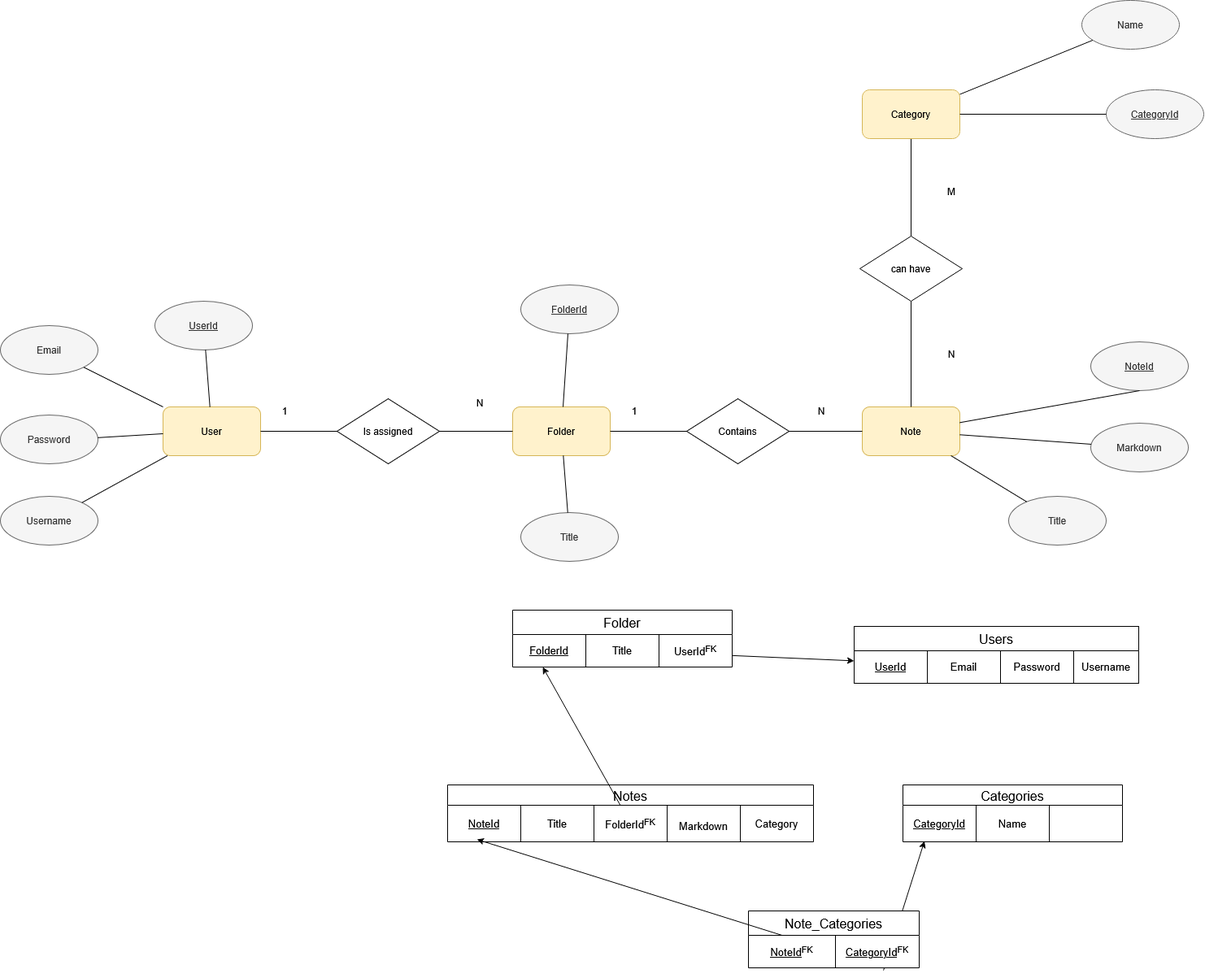
This is ER Progetto fine anno.drawio.png from Orcinus3/informatica_2025-2026, a draw.io export, as it was before one commit. Source tidied: cells renumbered, new cells last; positions are measured from the earlier drawing's top-left corner, leaving out a move shared by most shapes.
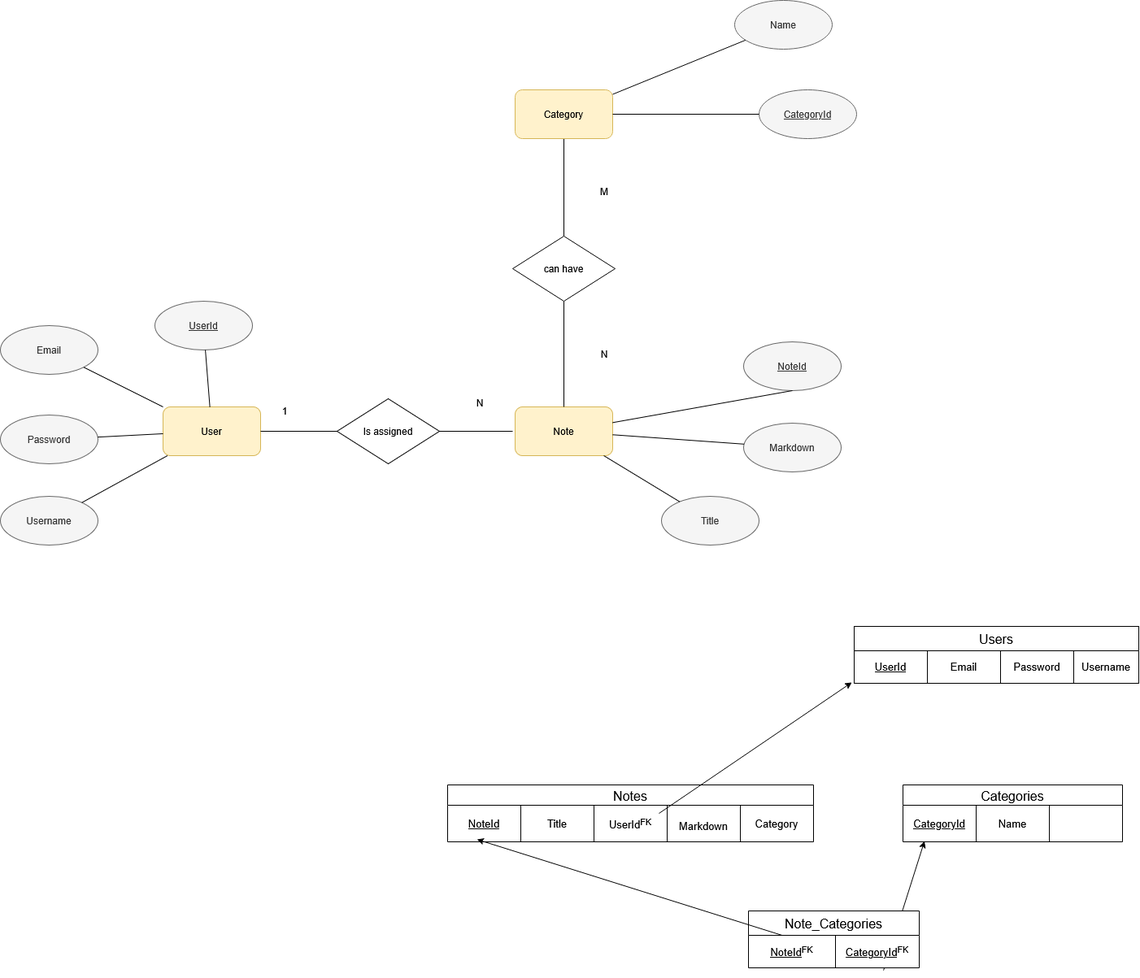
After the change.

The edit, as a diff of the source:
```diff
@@ -8,14 +8,13 @@
     <mxCell id="3" value="Is assigned" style="rhombus;whiteSpace=wrap;html=1;" parent="1" vertex="1">
       <mxGeometry x="414" y="490" width="126" height="80" as="geometry" />
     </mxCell>
-    <mxCell id="4" value="Folder" style="rounded=1;whiteSpace=wrap;html=1;fillColor=#fff2cc;strokeColor=#d6b656;" parent="1" vertex="1">
-      <mxGeometry x="630" y="500" width="120" height="60" as="geometry" />
-    </mxCell>
     <mxCell id="5" style="endArrow=none;html=1;rounded=0;exitX=1;exitY=0.5;exitDx=0;exitDy=0;entryX=0;entryY=0.5;entryDx=0;entryDy=0;" parent="1" edge="1" source="2" target="3">
       <mxGeometry relative="1" as="geometry" />
     </mxCell>
-    <mxCell id="6" style="endArrow=none;html=1;rounded=0;exitX=1;exitY=0.5;exitDx=0;exitDy=0;entryX=0;entryY=0.5;entryDx=0;entryDy=0;" parent="1" edge="1" source="3" target="4">
-      <mxGeometry relative="1" as="geometry" />
+    <mxCell id="6" style="endArrow=none;html=1;rounded=0;exitX=1;exitY=0.5;exitDx=0;exitDy=0;entryX=0;entryY=0.5;entryDx=0;entryDy=0;" parent="1" edge="1" source="3">
+      <mxGeometry relative="1" as="geometry">
+        <mxPoint x="630" y="530" as="targetPoint" />
+      </mxGeometry>
     </mxCell>
     <mxCell id="7" value="1" style="text;html=1;whiteSpace=wrap;strokeColor=none;fillColor=none;align=center;verticalAlign=middle;rounded=0;" parent="1" vertex="1">
       <mxGeometry x="320" y="490" width="60" height="30" as="geometry" />
@@ -29,9 +28,6 @@
     <mxCell id="10" style="endArrow=none;html=1;rounded=0;" parent="1" edge="1" source="2" target="9">
       <mxGeometry relative="1" as="geometry" />
     </mxCell>
-    <mxCell id="11" value="&lt;u&gt;FolderId&lt;/u&gt;" style="ellipse;whiteSpace=wrap;html=1;fillColor=#f5f5f5;strokeColor=#666666;fontColor=#333333;" parent="1" vertex="1">
-      <mxGeometry x="640" y="350" width="120" height="60" as="geometry" />
-    </mxCell>
     <mxCell id="12" value="Email" style="ellipse;whiteSpace=wrap;html=1;fillColor=#f5f5f5;strokeColor=#666666;fontColor=#333333;" parent="1" vertex="1">
       <mxGeometry y="400" width="120" height="60" as="geometry" />
     </mxCell>
@@ -41,9 +37,6 @@
     <mxCell id="14" value="Username" style="ellipse;whiteSpace=wrap;html=1;fillColor=#f5f5f5;strokeColor=#666666;fontColor=#333333;" parent="1" vertex="1">
       <mxGeometry y="610" width="120" height="60" as="geometry" />
     </mxCell>
-    <mxCell id="15" value="Title" style="ellipse;whiteSpace=wrap;html=1;fillColor=#f5f5f5;strokeColor=#666666;fontColor=#333333;" parent="1" vertex="1">
-      <mxGeometry x="640" y="630" width="120" height="60" as="geometry" />
-    </mxCell>
     <mxCell id="16" style="endArrow=none;html=1;rounded=0;" parent="1" edge="1" source="2" target="12">
       <mxGeometry relative="1" as="geometry" />
     </mxCell>
@@ -53,23 +46,17 @@
     <mxCell id="18" style="endArrow=none;html=1;rounded=0;" parent="1" edge="1" source="14" target="2">
       <mxGeometry relative="1" as="geometry" />
     </mxCell>
-    <mxCell id="19" style="endArrow=none;html=1;rounded=0;" parent="1" edge="1" source="4" target="11">
-      <mxGeometry relative="1" as="geometry" />
-    </mxCell>
-    <mxCell id="20" style="endArrow=none;html=1;rounded=0;" parent="1" edge="1" source="15" target="4">
-      <mxGeometry relative="1" as="geometry" />
-    </mxCell>
     <mxCell id="21" value="Note" style="rounded=1;whiteSpace=wrap;html=1;fillColor=#fff2cc;strokeColor=#d6b656;" parent="1" vertex="1">
-      <mxGeometry x="1060" y="500" width="120" height="60" as="geometry" />
+      <mxGeometry x="633" y="500" width="120" height="60" as="geometry" />
     </mxCell>
     <mxCell id="22" value="&lt;u&gt;NoteId&lt;/u&gt;" style="ellipse;whiteSpace=wrap;html=1;fillColor=#f5f5f5;strokeColor=#666666;fontColor=#333333;" parent="1" vertex="1">
-      <mxGeometry x="1341" y="420" width="120" height="60" as="geometry" />
+      <mxGeometry x="914" y="420" width="120" height="60" as="geometry" />
     </mxCell>
     <mxCell id="23" value="Title" style="ellipse;whiteSpace=wrap;html=1;fillColor=#f5f5f5;strokeColor=#666666;fontColor=#333333;" parent="1" vertex="1">
-      <mxGeometry x="1240" y="610" width="120" height="60" as="geometry" />
+      <mxGeometry x="813" y="610" width="120" height="60" as="geometry" />
     </mxCell>
     <mxCell id="24" value="Markdown" style="ellipse;whiteSpace=wrap;html=1;fillColor=#f5f5f5;strokeColor=#666666;fontColor=#333333;" parent="1" vertex="1">
-      <mxGeometry x="1341" y="520" width="120" height="60" as="geometry" />
+      <mxGeometry x="914" y="520" width="120" height="60" as="geometry" />
     </mxCell>
     <mxCell id="25" style="endArrow=none;html=1;rounded=0;entryX=0.5;entryY=1;entryDx=0;entryDy=0;" parent="1" edge="1" source="21" target="22">
       <mxGeometry relative="1" as="geometry" />
@@ -77,21 +64,6 @@
     <mxCell id="26" style="endArrow=none;html=1;rounded=0;" parent="1" edge="1" source="23" target="21">
       <mxGeometry relative="1" as="geometry" />
     </mxCell>
-    <mxCell id="27" value="Contains" style="rhombus;whiteSpace=wrap;html=1;" parent="1" vertex="1">
-      <mxGeometry x="844" y="490" width="126" height="80" as="geometry" />
-    </mxCell>
-    <mxCell id="28" style="endArrow=none;html=1;rounded=0;entryX=0;entryY=0.5;entryDx=0;entryDy=0;exitX=1;exitY=0.5;exitDx=0;exitDy=0;" parent="1" edge="1" source="4" target="27">
-      <mxGeometry relative="1" as="geometry" />
-    </mxCell>
-    <mxCell id="29" style="endArrow=none;html=1;rounded=0;exitX=1;exitY=0.5;exitDx=0;exitDy=0;entryX=0;entryY=0.5;entryDx=0;entryDy=0;" parent="1" edge="1" source="27" target="21">
-      <mxGeometry relative="1" as="geometry" />
-    </mxCell>
-    <mxCell id="30" value="1" style="text;html=1;whiteSpace=wrap;strokeColor=none;fillColor=none;align=center;verticalAlign=middle;rounded=0;" parent="1" vertex="1">
-      <mxGeometry x="750" y="490" width="60" height="30" as="geometry" />
-    </mxCell>
-    <mxCell id="31" value="N" style="text;html=1;whiteSpace=wrap;strokeColor=none;fillColor=none;align=center;verticalAlign=middle;rounded=0;" parent="1" vertex="1">
-      <mxGeometry x="980" y="490" width="60" height="30" as="geometry" />
-    </mxCell>
     <mxCell id="32" style="endArrow=none;html=1;rounded=0;" parent="1" edge="1" source="24" target="21">
       <mxGeometry relative="1" as="geometry" />
     </mxCell>
@@ -113,24 +85,6 @@
     <mxCell id="38" value="Username" style="shape=partialRectangle;html=1;whiteSpace=wrap;strokeColor=inherit;overflow=hidden;fillColor=none;top=0;left=0;bottom=0;right=0;fontSize=13;" parent="34" vertex="1">
       <mxGeometry x="270" width="80" height="40" as="geometry" />
     </mxCell>
-    <mxCell id="39" value="Folder" style="shape=table;startSize=30;strokeColor=default;fontSize=16;align=center;shadow=0;swimlaneFillColor=default;" parent="1" vertex="1">
-      <mxGeometry x="630" y="750" width="270" height="70" as="geometry" />
-    </mxCell>
-    <mxCell id="40" style="shape=tableRow;horizontal=0;startSize=0;swimlaneHead=0;swimlaneBody=0;strokeColor=inherit;top=0;left=0;bottom=0;right=0;fillColor=none;points=[[0,0.5],[1,0.5]];portConstraint=eastwest;fontSize=13;swimlaneFillColor=default;" parent="39" vertex="1">
-      <mxGeometry y="30" width="270" height="40" as="geometry" />
-    </mxCell>
-    <mxCell id="41" value="&lt;u&gt;FolderId&lt;/u&gt;" style="shape=partialRectangle;html=1;whiteSpace=wrap;strokeColor=inherit;overflow=hidden;fillColor=none;top=0;left=0;bottom=0;right=0;fontSize=13;swimlaneFillColor=default;" parent="40" vertex="1">
-      <mxGeometry width="90" height="40" as="geometry" />
-    </mxCell>
-    <mxCell id="42" value="Title" style="shape=partialRectangle;html=1;whiteSpace=wrap;strokeColor=inherit;overflow=hidden;fillColor=none;top=0;left=0;bottom=0;right=0;fontSize=13;swimlaneFillColor=default;" parent="40" vertex="1">
-      <mxGeometry x="90" width="90" height="40" as="geometry" />
-    </mxCell>
-    <mxCell id="43" value="UserId&lt;sup&gt;FK&lt;/sup&gt;" style="shape=partialRectangle;html=1;whiteSpace=wrap;strokeColor=inherit;overflow=hidden;fillColor=none;top=0;left=0;bottom=0;right=0;fontSize=13;swimlaneFillColor=default;" parent="40" vertex="1">
-      <mxGeometry x="180" width="90" height="40" as="geometry" />
-    </mxCell>
-    <mxCell id="44" style="edgeStyle=none;jettySize=auto;html=1;rounded=0;" parent="1" edge="1" source="40" target="34">
-      <mxGeometry relative="1" as="geometry" />
-    </mxCell>
     <mxCell id="45" value="Notes" style="shape=table;startSize=25;strokeColor=default;fontSize=16;align=center;shadow=0;swimlaneFillColor=default;" parent="1" vertex="1">
       <mxGeometry x="550" y="965" width="450" height="70" as="geometry" />
     </mxCell>
@@ -143,7 +97,7 @@
     <mxCell id="48" value="Title" style="shape=partialRectangle;html=1;whiteSpace=wrap;strokeColor=inherit;overflow=hidden;fillColor=none;top=0;left=0;bottom=0;right=0;fontSize=13;swimlaneFillColor=default;" parent="46" vertex="1">
       <mxGeometry x="90" width="90" height="45" as="geometry" />
     </mxCell>
-    <mxCell id="49" value="FolderId&lt;sup&gt;FK&lt;/sup&gt;" style="shape=partialRectangle;html=1;whiteSpace=wrap;strokeColor=inherit;overflow=hidden;fillColor=none;top=0;left=0;bottom=0;right=0;fontSize=13;swimlaneFillColor=default;" parent="46" vertex="1">
+    <mxCell id="49" value="UserId&lt;sup&gt;FK&lt;/sup&gt;" style="shape=partialRectangle;html=1;whiteSpace=wrap;strokeColor=inherit;overflow=hidden;fillColor=none;top=0;left=0;bottom=0;right=0;fontSize=13;swimlaneFillColor=default;" parent="46" vertex="1">
       <mxGeometry x="180" width="90" height="45" as="geometry" />
     </mxCell>
     <mxCell id="50" value="&#10;Markdown&#10;&#10;" style="shape=partialRectangle;html=1;whiteSpace=wrap;strokeColor=inherit;overflow=hidden;fillColor=none;top=0;left=0;bottom=0;right=0;fontSize=13;swimlaneFillColor=default;" parent="46" vertex="1">
@@ -152,35 +106,32 @@
     <mxCell id="51" value="Category" style="shape=partialRectangle;html=1;whiteSpace=wrap;strokeColor=inherit;overflow=hidden;fillColor=none;top=0;left=0;bottom=0;right=0;fontSize=13;swimlaneFillColor=default;" parent="46" vertex="1">
       <mxGeometry x="360" width="90" height="45" as="geometry" />
     </mxCell>
-    <mxCell id="52" style="edgeStyle=none;jettySize=auto;html=1;rounded=0;entryX=0.137;entryY=1;entryDx=0;entryDy=0;entryPerimeter=0;" parent="1" edge="1" source="46" target="40">
-      <mxGeometry relative="1" as="geometry" />
-    </mxCell>
     <mxCell id="53" style="endArrow=none;html=1;rounded=0;exitX=0.5;exitY=0;exitDx=0;exitDy=0;entryX=0.5;entryY=1;entryDx=0;entryDy=0;" parent="1" edge="1" source="21" target="54">
       <mxGeometry relative="1" as="geometry" />
     </mxCell>
     <mxCell id="54" value="can have" style="rhombus;whiteSpace=wrap;html=1;" parent="1" vertex="1">
-      <mxGeometry x="1057" y="290" width="126" height="80" as="geometry" />
+      <mxGeometry x="630" y="290" width="126" height="80" as="geometry" />
     </mxCell>
     <mxCell id="55" style="endArrow=none;html=1;rounded=0;exitX=0.5;exitY=0;exitDx=0;exitDy=0;entryX=0.5;entryY=1;entryDx=0;entryDy=0;" parent="1" edge="1" source="54" target="56">
       <mxGeometry relative="1" as="geometry" />
     </mxCell>
     <mxCell id="56" value="Category" style="rounded=1;whiteSpace=wrap;html=1;fillColor=#fff2cc;strokeColor=#d6b656;" parent="1" vertex="1">
-      <mxGeometry x="1060" y="110" width="120" height="60" as="geometry" />
+      <mxGeometry x="633" y="110" width="120" height="60" as="geometry" />
     </mxCell>
     <mxCell id="57" value="N" style="text;html=1;whiteSpace=wrap;strokeColor=none;fillColor=none;align=center;verticalAlign=middle;rounded=0;" parent="1" vertex="1">
-      <mxGeometry x="1140" y="420" width="60" height="30" as="geometry" />
+      <mxGeometry x="713" y="420" width="60" height="30" as="geometry" />
     </mxCell>
     <mxCell id="58" value="M" style="text;html=1;whiteSpace=wrap;strokeColor=none;fillColor=none;align=center;verticalAlign=middle;rounded=0;" parent="1" vertex="1">
-      <mxGeometry x="1140" y="220" width="60" height="30" as="geometry" />
+      <mxGeometry x="713" y="220" width="60" height="30" as="geometry" />
     </mxCell>
     <mxCell id="59" value="&lt;u&gt;CategoryId&lt;/u&gt;" style="ellipse;whiteSpace=wrap;html=1;fillColor=#f5f5f5;strokeColor=#666666;fontColor=#333333;" parent="1" vertex="1">
-      <mxGeometry x="1360" y="110" width="120" height="60" as="geometry" />
+      <mxGeometry x="933" y="110" width="120" height="60" as="geometry" />
     </mxCell>
     <mxCell id="60" style="endArrow=none;html=1;rounded=0;exitX=1;exitY=0.5;exitDx=0;exitDy=0;" parent="1" edge="1" source="56" target="59">
       <mxGeometry relative="1" as="geometry" />
     </mxCell>
     <mxCell id="61" value="Name" style="ellipse;whiteSpace=wrap;html=1;fillColor=#f5f5f5;strokeColor=#666666;fontColor=#333333;" parent="1" vertex="1">
-      <mxGeometry x="1330" width="120" height="60" as="geometry" />
+      <mxGeometry x="903" width="120" height="60" as="geometry" />
     </mxCell>
     <mxCell id="62" style="endArrow=none;html=1;rounded=0;" parent="1" edge="1" source="56" target="61">
       <mxGeometry relative="1" as="geometry" />
@@ -218,5 +169,10 @@
     <mxCell id="73" style="edgeStyle=none;jettySize=auto;html=1;rounded=0;entryX=0.08;entryY=0.935;entryDx=0;entryDy=0;entryPerimeter=0;" parent="1" edge="1" source="70" target="46">
       <mxGeometry relative="1" as="geometry" />
     </mxCell>
+    <mxCell id="74" style="edgeStyle=none;jettySize=auto;html=1;rounded=0;entryX=-0.008;entryY=0.972;entryDx=0;entryDy=0;entryPerimeter=0;" parent="1" edge="1" target="34">
+      <mxGeometry relative="1" as="geometry">
+        <mxPoint x="810" y="1000" as="sourcePoint" />
+      </mxGeometry>
+    </mxCell>
   </root>
 </mxGraphModel>
```
